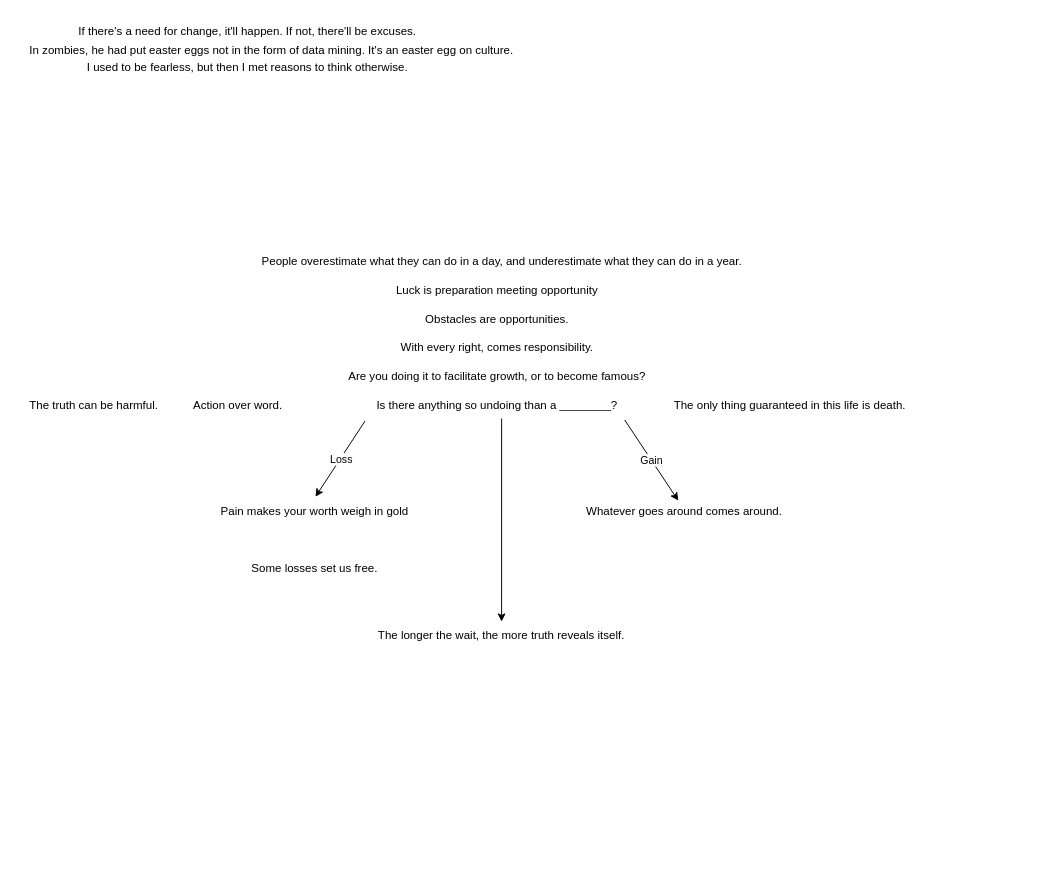
Above: Plans.drawio in HasinJ/Elements-Platformer (draw.io), before the change. Source tidied: cells renumbered, new cells numbered last; positions are measured from the earlier drawing's top-left corner, leaving out a move shared by most shapes. Both pictures are drawn from the tidied source at 96%, with x=0, y=0 at pixel (16, 16).
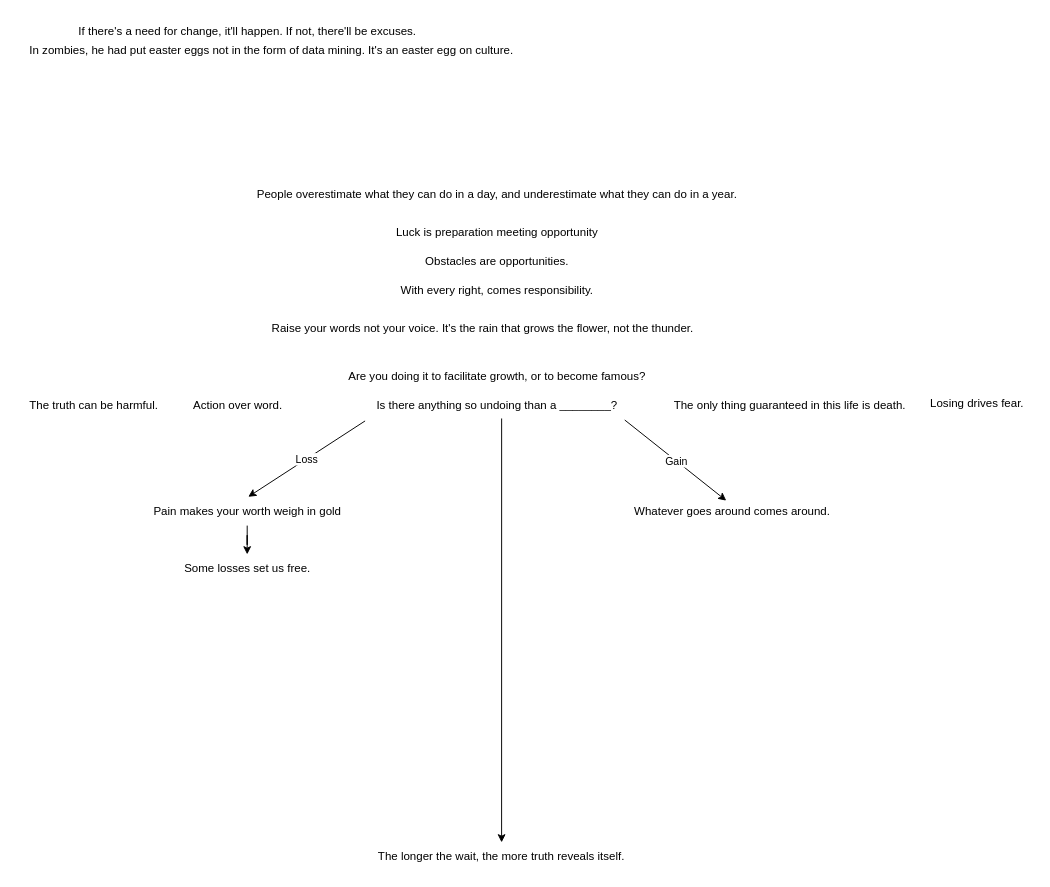
Above is the later version.

Commit message:
Added a part where he can get angry

The edit, as a diff of the source:
```diff
@@
     <mxCell id="2" value="Some losses set us free." style="text;html=1;align=center;verticalAlign=middle;points=[];strokeColor=none;fillColor=none;" parent="1" vertex="1">
-      <mxGeometry x="230" y="560" width="160" height="30" as="geometry" />
+      <mxGeometry x="160" y="560" width="160" height="30" as="geometry" />
     </mxCell>
+    <mxCell id="23" style="edgeStyle=orthogonalEdgeStyle;rounded=0;jettySize=auto;html=1;" parent="1" edge="1" source="3" target="2">
+      <mxGeometry relative="1" as="geometry" />
+    </mxCell>
     <mxCell id="3" value="Pain makes your worth weigh in gold" style="text;html=1;align=center;verticalAlign=middle;points=[];strokeColor=none;fillColor=none;" parent="1" vertex="1">
-      <mxGeometry x="200" y="500" width="220" height="30" as="geometry" />
+      <mxGeometry x="130" y="500" width="220" height="30" as="geometry" />
     </mxCell>
@@
     <mxCell id="5" value="People overestimate what they can do in a day, and underestimate what they can do in a year." style="text;html=1;align=center;verticalAlign=middle;strokeColor=none;fillColor=none;" parent="1" vertex="1">
-      <mxGeometry x="245" y="240" width="520" height="30" as="geometry" />
+      <mxGeometry x="240" y="170" width="520" height="30" as="geometry" />
     </mxCell>
     <mxCell id="6" value="With every right, comes responsibility." style="text;html=1;align=center;verticalAlign=middle;strokeColor=none;fillColor=none;" parent="1" vertex="1">
-      <mxGeometry x="385" y="330" width="230" height="30" as="geometry" />
+      <mxGeometry x="385" y="270" width="230" height="30" as="geometry" />
     </mxCell>
@@
     <mxCell id="8" value="Obstacles are opportunities." style="text;html=1;align=center;verticalAlign=middle;strokeColor=none;fillColor=none;" parent="1" vertex="1">
-      <mxGeometry x="415" y="300" width="170" height="30" as="geometry" />
+      <mxGeometry x="415" y="240" width="170" height="30" as="geometry" />
     </mxCell>
     <mxCell id="9" value="Luck is preparation meeting opportunity" style="text;html=1;align=center;verticalAlign=middle;strokeColor=none;fillColor=none;" parent="1" vertex="1">
-      <mxGeometry x="385" y="270" width="230" height="30" as="geometry" />
+      <mxGeometry x="385" y="210" width="230" height="30" as="geometry" />
     </mxCell>
@@
     <mxCell id="15" value="The longer the wait, the more truth reveals itself." style="text;html=1;align=center;verticalAlign=middle;whiteSpace=wrap;rounded=0;" parent="1" vertex="1">
-      <mxGeometry x="355" y="630" width="300" height="30" as="geometry" />
+      <mxGeometry x="355" y="860" width="300" height="30" as="geometry" />
     </mxCell>
@@
-    <mxCell id="17" value="&lt;div&gt;I used to be fearless, but then I met reasons to think otherwise.&lt;br&gt;&lt;/div&gt;&lt;div&gt;&lt;br&gt;&lt;/div&gt;" style="text;html=1;align=center;verticalAlign=middle;strokeColor=none;fillColor=none;" parent="1" vertex="1">
-      <mxGeometry x="55" y="40" width="370" height="40" as="geometry" />
+    <mxCell id="17" value="&lt;div&gt;Losing drives fear.&lt;/div&gt;&lt;div&gt;&lt;br&gt;&lt;/div&gt;" style="text;html=1;align=center;verticalAlign=middle;strokeColor=none;fillColor=none;" parent="1" vertex="1">
+      <mxGeometry x="940" y="390" width="120" height="40" as="geometry" />
     </mxCell>
     <mxCell id="18" value="Whatever goes around comes around." style="text;html=1;align=center;verticalAlign=middle;points=[];strokeColor=none;fillColor=none;" parent="1" vertex="1">
-      <mxGeometry x="580" y="500" width="230" height="30" as="geometry" />
+      <mxGeometry x="630" y="500" width="230" height="30" as="geometry" />
     </mxCell>
@@
+    <mxCell id="24" value="Raise your words not your voice. It's the rain that grows the flower, not the thunder." style="text;html=1;align=center;verticalAlign=middle;strokeColor=none;fillColor=none;" parent="1" vertex="1">
+      <mxGeometry x="260" y="310" width="450" height="30" as="geometry" />
+    </mxCell>
```
